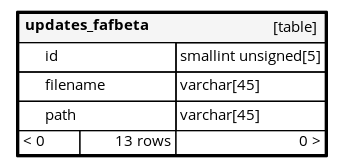
Above: diagrams/orphans/updates_fafbeta.1degree.png in FAForever/db (Graphviz), before the change. Its source is kept beside it as diagrams/orphans/updates_fafbeta.1degree.dot. The source it was exported from:
```dot
digraph "updates_fafbeta" {
  graph [
    rankdir="RL"
    bgcolor="#ffffff"
    nodesep="0.18"
    ranksep="0.46"
    fontname="Helvetica"
    fontsize="11"
    ration="compress"
  ];
  node [
    fontname="Helvetica"
    fontsize="11"
    shape="plaintext"
  ];
  edge [
    arrowsize="0.8"
  ];
  "updates_fafbeta" [
   label=<
    <TABLE BORDER="2" CELLBORDER="1" CELLSPACING="0" BGCOLOR="#ffffff">
      <TR><TD COLSPAN="4"  BGCOLOR="#f5f5f5"><TABLE BORDER="0" CELLSPACING="0"><TR><TD ALIGN="LEFT"><B>updates_fafbeta</B></TD><TD ALIGN="RIGHT">[table]</TD></TR></TABLE></TD></TR>
      <TR><TD PORT="id" COLSPAN="2" BGCOLOR="#ffffff" ALIGN="LEFT"><TABLE BORDER="0" CELLSPACING="0" ALIGN="LEFT"><TR ALIGN="LEFT"><TD ALIGN="LEFT" FIXEDSIZE="TRUE" WIDTH="15" HEIGHT="16"></TD><TD ALIGN="LEFT" FIXEDSIZE="TRUE" WIDTH="97" HEIGHT="16">id</TD></TR></TABLE></TD><TD PORT="id.type" ALIGN="LEFT">smallint unsigned[5]</TD></TR>
      <TR><TD PORT="filename" COLSPAN="2" ALIGN="LEFT"><TABLE BORDER="0" CELLSPACING="0" ALIGN="LEFT"><TR ALIGN="LEFT"><TD ALIGN="LEFT" FIXEDSIZE="TRUE" WIDTH="15" HEIGHT="16"></TD><TD ALIGN="LEFT" FIXEDSIZE="TRUE" WIDTH="97" HEIGHT="16">filename</TD></TR></TABLE></TD><TD PORT="filename.type" ALIGN="LEFT">varchar[45]</TD></TR>
      <TR><TD PORT="path" COLSPAN="2" ALIGN="LEFT"><TABLE BORDER="0" CELLSPACING="0" ALIGN="LEFT"><TR ALIGN="LEFT"><TD ALIGN="LEFT" FIXEDSIZE="TRUE" WIDTH="15" HEIGHT="16"></TD><TD ALIGN="LEFT" FIXEDSIZE="TRUE" WIDTH="97" HEIGHT="16">path</TD></TR></TABLE></TD><TD PORT="path.type" ALIGN="LEFT">varchar[45]</TD></TR>
      <TR><TD ALIGN="LEFT" BGCOLOR="#ffffff">&lt; 0</TD><TD ALIGN="RIGHT" BGCOLOR="#ffffff">13 rows</TD><TD ALIGN="RIGHT" BGCOLOR="#ffffff">0 &gt;</TD></TR>
    </TABLE>>
    URL="tables/updates_fafbeta.html"
    target="_top"
    tooltip="updates_fafbeta"
  ];
}
```
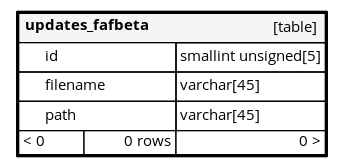
The same diagram one commit later.

The edit, as a diff of the source:
```diff
@@ -23,7 +23,7 @@
       <TR><TD PORT="id" COLSPAN="2" BGCOLOR="#ffffff" ALIGN="LEFT"><TABLE BORDER="0" CELLSPACING="0" ALIGN="LEFT"><TR ALIGN="LEFT"><TD ALIGN="LEFT" FIXEDSIZE="TRUE" WIDTH="15" HEIGHT="16"></TD><TD ALIGN="LEFT" FIXEDSIZE="TRUE" WIDTH="97" HEIGHT="16">id</TD></TR></TABLE></TD><TD PORT="id.type" ALIGN="LEFT">smallint unsigned[5]</TD></TR>
       <TR><TD PORT="filename" COLSPAN="2" ALIGN="LEFT"><TABLE BORDER="0" CELLSPACING="0" ALIGN="LEFT"><TR ALIGN="LEFT"><TD ALIGN="LEFT" FIXEDSIZE="TRUE" WIDTH="15" HEIGHT="16"></TD><TD ALIGN="LEFT" FIXEDSIZE="TRUE" WIDTH="97" HEIGHT="16">filename</TD></TR></TABLE></TD><TD PORT="filename.type" ALIGN="LEFT">varchar[45]</TD></TR>
       <TR><TD PORT="path" COLSPAN="2" ALIGN="LEFT"><TABLE BORDER="0" CELLSPACING="0" ALIGN="LEFT"><TR ALIGN="LEFT"><TD ALIGN="LEFT" FIXEDSIZE="TRUE" WIDTH="15" HEIGHT="16"></TD><TD ALIGN="LEFT" FIXEDSIZE="TRUE" WIDTH="97" HEIGHT="16">path</TD></TR></TABLE></TD><TD PORT="path.type" ALIGN="LEFT">varchar[45]</TD></TR>
-      <TR><TD ALIGN="LEFT" BGCOLOR="#ffffff">&lt; 0</TD><TD ALIGN="RIGHT" BGCOLOR="#ffffff">13 rows</TD><TD ALIGN="RIGHT" BGCOLOR="#ffffff">0 &gt;</TD></TR>
+      <TR><TD ALIGN="LEFT" BGCOLOR="#ffffff">&lt; 0</TD><TD ALIGN="RIGHT" BGCOLOR="#ffffff">0 rows</TD><TD ALIGN="RIGHT" BGCOLOR="#ffffff">0 &gt;</TD></TR>
     </TABLE>>
     URL="tables/updates_fafbeta.html"
     target="_top"
```
